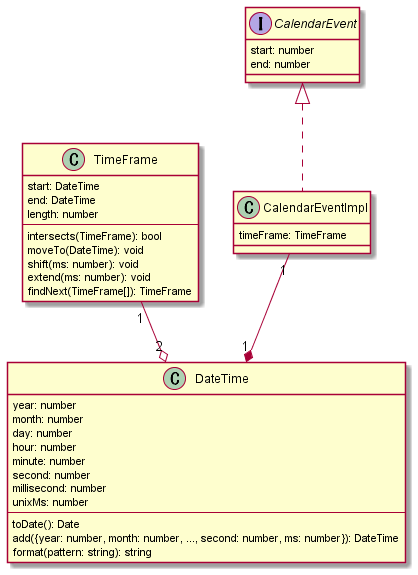
Before: class-design/img/oop/no-util/beautiful.png, a diagram exported from PlantUML (simpler-one/code.ugly-hackling). Source of this version:
```plantuml
@startuml beautiful


class DateTime {
    year: number
    month: number
    day: number
    hour: number
    minute: number
    second: number
    millisecond: number
    unixMs: number
    ---
    toDate(): Date
    add({year: number, month: number, ..., second: number, ms: number}): DateTime
    format(pattern: string): string
}

interface CalendarEvent {
    start: number
    end: number
}

class TimeFrame {
    start: DateTime
    end: DateTime
    length: number
    ---
    intersects(TimeFrame): bool
    moveTo(DateTime): void
    shift(ms: number): void
    extend(ms: number): void
    findNext(TimeFrame[]): TimeFrame
}


class CalendarEventImpl implements CalendarEvent {
    timeFrame: TimeFrame
}


TimeFrame "1" --o "2" DateTime

CalendarEventImpl "1" --* "1" DateTime

@enduml
```
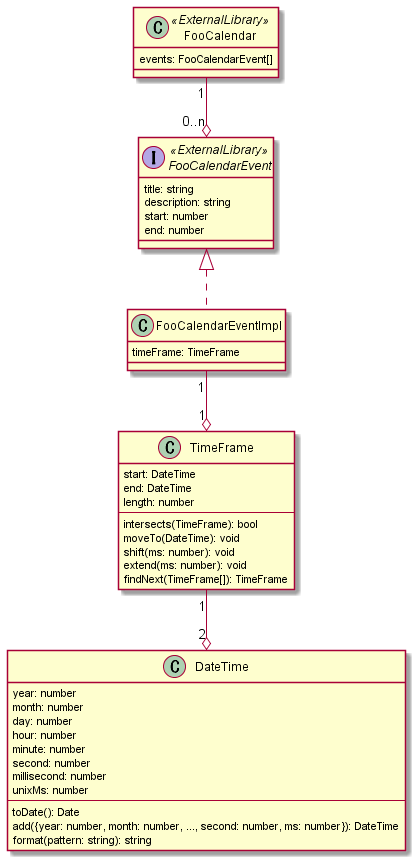
After the commit.

Change to the diagram source:
```diff
@@ -16,7 +16,14 @@
     format(pattern: string): string
 }
 
-interface CalendarEvent {
+
+class FooCalendar <<ExternalLibrary>> {
+    events: FooCalendarEvent[]
+}
+
+interface FooCalendarEvent <<ExternalLibrary>> {
+    title: string
+    description: string
     start: number
     end: number
 }
@@ -34,13 +41,15 @@
 }
 
 
-class CalendarEventImpl implements CalendarEvent {
+class FooCalendarEventImpl implements FooCalendarEvent {
     timeFrame: TimeFrame
 }
 
 
+FooCalendar "1" --o "0..n" FooCalendarEvent
+
 TimeFrame "1" --o "2" DateTime
 
-CalendarEventImpl "1" --* "1" DateTime
+FooCalendarEventImpl "1" --o "1" TimeFrame
 
 @enduml
```
